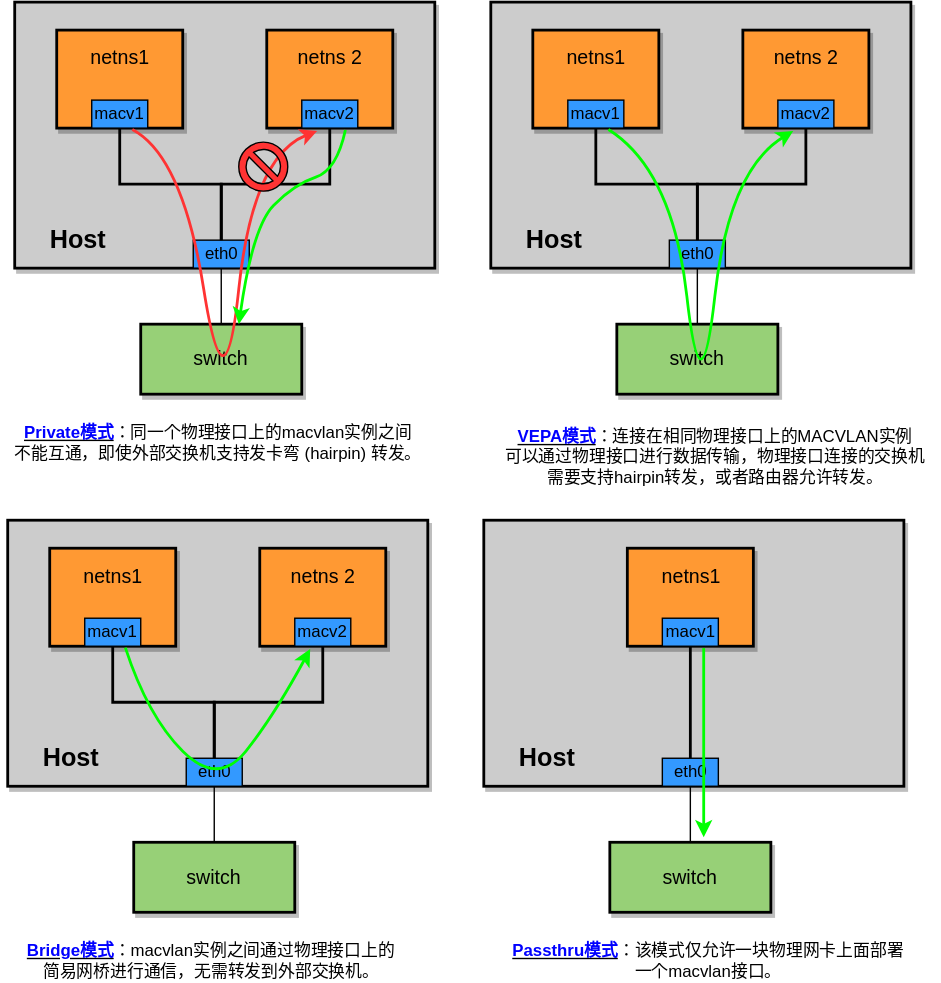
csulrong/csulrong.github.io keeps this draw.io diagram as assets/images/2020/macvlan-modes.svg. Above is the earlier version. Source tidied: cells renumbered, new cells last; positions are measured from the earlier drawing's top-left corner, leaving out a move shared by most shapes.
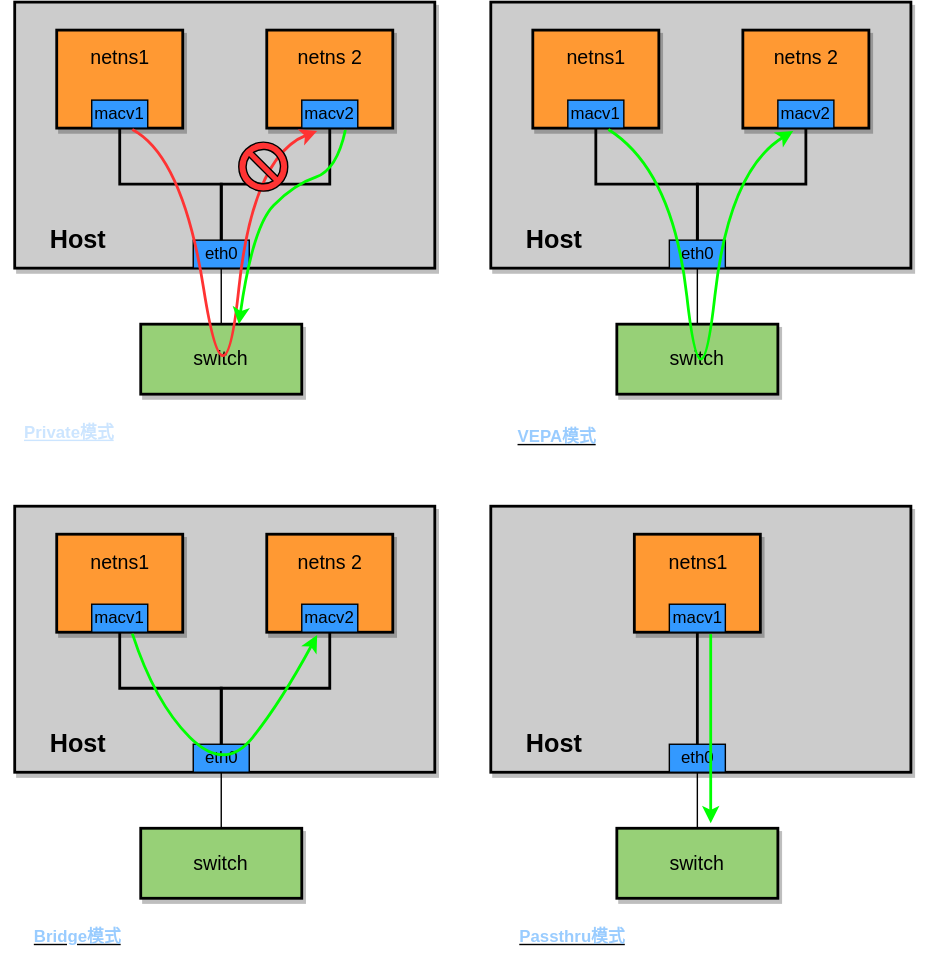
After the commit.

Diff of the diagram source:
```diff
@@ -53,7 +53,7 @@
     <mxCell id="16" style="verticalLabelPosition=bottom;verticalAlign=top;html=1;shape=mxgraph.basic.no_symbol;strokeColor=#000000;fillColor=#FF3333;" parent="1" vertex="1">
       <mxGeometry x="170" y="100" width="35" height="35" as="geometry" />
     </mxCell>
-    <mxCell id="17" value="&lt;u&gt;&lt;b&gt;&lt;font color=&quot;#0000ff&quot;&gt;Private模式&lt;/font&gt;&lt;/b&gt;&lt;/u&gt;：同一个物理接口上的macvlan实例之间&lt;br&gt;不能互通，即使外部交换机支持发卡弯 (hairpin) 转发。" style="text;html=1;align=center;verticalAlign=middle;" parent="1" vertex="1">
+    <mxCell id="17" value="&lt;u style=&quot;color: rgb(204 , 229 , 255)&quot;&gt;&lt;b&gt;Private模式&lt;/b&gt;&lt;/u&gt;&lt;font color=&quot;#ffffff&quot;&gt;：同一个物理接口上的macvlan实例之间&lt;/font&gt;&lt;br&gt;&lt;font color=&quot;#ffffff&quot;&gt;不能互通，即使外部交换机支持发卡弯 (hairpin) 转发。&lt;/font&gt;" style="text;html=1;align=center;verticalAlign=middle;" parent="1" vertex="1">
       <mxGeometry y="300" width="310" height="30" as="geometry" />
     </mxCell>
     <mxCell id="18" style="rounded=0;whiteSpace=wrap;html=1;fillColor=#CCCCCC;shadow=1;strokeWidth=2;" parent="1" vertex="1">
@@ -104,89 +104,89 @@
         </Array>
       </mxGeometry>
     </mxCell>
-    <mxCell id="32" value="&lt;u&gt;&lt;b&gt;&lt;font color=&quot;#0000ff&quot;&gt;VEPA模式&lt;/font&gt;&lt;/b&gt;&lt;/u&gt;：连接在相同物理接口上的MACVLAN实例&lt;br&gt;可以通过物理接口进行数据传输，物理接口连接的交换机&lt;br&gt;需要支持hairpin转发，或者路由器允许转发。" style="text;html=1;align=center;verticalAlign=middle;" parent="1" vertex="1">
+    <mxCell id="32" value="&lt;u&gt;&lt;b&gt;&lt;font color=&quot;#99ccff&quot;&gt;VEPA模式&lt;/font&gt;&lt;/b&gt;&lt;/u&gt;&lt;font color=&quot;#ffffff&quot;&gt;：连接在相同物理接口上的MACVLAN实例&lt;/font&gt;&lt;br&gt;&lt;font color=&quot;#ffffff&quot;&gt;可以通过物理接口进行数据传输，物理接口连接的交换机&lt;/font&gt;&lt;br&gt;&lt;font color=&quot;#ffffff&quot;&gt;需要支持hairpin转发，或者路由器允许转发。&lt;/font&gt;" style="text;html=1;align=center;verticalAlign=middle;" parent="1" vertex="1">
       <mxGeometry x="350" y="300" width="320" height="50" as="geometry" />
     </mxCell>
     <mxCell id="33" style="rounded=0;whiteSpace=wrap;html=1;fillColor=#CCCCCC;shadow=1;strokeWidth=2;" parent="1" vertex="1">
-      <mxGeometry x="5" y="370" width="300" height="190" as="geometry" />
+      <mxGeometry x="10" y="360" width="300" height="190" as="geometry" />
     </mxCell>
     <mxCell id="34" style="edgeStyle=orthogonalEdgeStyle;rounded=0;jettySize=auto;html=1;exitX=0.5;exitY=1;exitDx=0;exitDy=0;entryX=0.5;entryY=0;entryDx=0;entryDy=0;endArrow=none;endFill=0;strokeWidth=2;" parent="1" edge="1" source="35" target="38">
       <mxGeometry relative="1" as="geometry" />
     </mxCell>
     <mxCell id="35" style="rounded=0;whiteSpace=wrap;html=1;fillColor=#FF9933;shadow=1;strokeWidth=2;" parent="1" vertex="1">
-      <mxGeometry x="35" y="390" width="90" height="70" as="geometry" />
+      <mxGeometry x="40" y="380" width="90" height="70" as="geometry" />
     </mxCell>
     <mxCell id="36" value="&lt;font style=&quot;font-size: 14px&quot;&gt;switch&lt;/font&gt;" style="rounded=0;whiteSpace=wrap;html=1;fillColor=#97D077;shadow=1;strokeWidth=2;" parent="1" vertex="1">
-      <mxGeometry x="95" y="600" width="115" height="50" as="geometry" />
+      <mxGeometry x="100" y="590" width="115" height="50" as="geometry" />
     </mxCell>
     <mxCell id="37" style="endArrow=none;edgeStyle=orthogonalEdgeStyle;rounded=0;jettySize=auto;html=1;exitX=0.5;exitY=1;exitDx=0;exitDy=0;entryX=0.5;entryY=0;entryDx=0;entryDy=0;fillColor=none;" parent="1" edge="1" source="38" target="36">
       <mxGeometry relative="1" as="geometry" />
     </mxCell>
     <mxCell id="38" value="eth0" style="rounded=0;whiteSpace=wrap;html=1;fillColor=#3399FF;" parent="1" vertex="1">
-      <mxGeometry x="132.5" y="540" width="40" height="20" as="geometry" />
+      <mxGeometry x="137.5" y="530" width="40" height="20" as="geometry" />
     </mxCell>
     <mxCell id="39" value="macv1" style="rounded=0;whiteSpace=wrap;html=1;fillColor=#3399FF;" parent="1" vertex="1">
-      <mxGeometry x="60" y="440" width="40" height="20" as="geometry" />
+      <mxGeometry x="65" y="430" width="40" height="20" as="geometry" />
     </mxCell>
     <mxCell id="40" value="&lt;font style=&quot;font-size: 14px&quot;&gt;netns1&lt;/font&gt;" style="text;html=1;align=center;verticalAlign=middle;fillColor=none;" parent="1" vertex="1">
-      <mxGeometry x="50" y="400" width="60" height="20" as="geometry" />
+      <mxGeometry x="55" y="390" width="60" height="20" as="geometry" />
     </mxCell>
     <mxCell id="41" style="edgeStyle=orthogonalEdgeStyle;rounded=0;jettySize=auto;html=1;exitX=0.5;exitY=1;exitDx=0;exitDy=0;entryX=0.5;entryY=0;entryDx=0;entryDy=0;endArrow=none;endFill=0;strokeWidth=2;" parent="1" edge="1" source="42" target="38">
       <mxGeometry relative="1" as="geometry" />
     </mxCell>
     <mxCell id="42" style="rounded=0;whiteSpace=wrap;html=1;fillColor=#FF9933;shadow=1;strokeWidth=2;" parent="1" vertex="1">
-      <mxGeometry x="185" y="390" width="90" height="70" as="geometry" />
+      <mxGeometry x="190" y="380" width="90" height="70" as="geometry" />
     </mxCell>
     <mxCell id="43" value="macv2" style="rounded=0;whiteSpace=wrap;html=1;fillColor=#3399FF;" parent="1" vertex="1">
-      <mxGeometry x="210" y="440" width="40" height="20" as="geometry" />
+      <mxGeometry x="215" y="430" width="40" height="20" as="geometry" />
     </mxCell>
     <mxCell id="44" value="&lt;font style=&quot;font-size: 14px&quot;&gt;netns 2&lt;/font&gt;" style="text;html=1;align=center;verticalAlign=middle;fillColor=none;" parent="1" vertex="1">
-      <mxGeometry x="200" y="400" width="60" height="20" as="geometry" />
+      <mxGeometry x="205" y="390" width="60" height="20" as="geometry" />
     </mxCell>
     <mxCell id="45" value="&lt;font style=&quot;font-size: 18px&quot;&gt;&lt;b&gt;Host&lt;/b&gt;&lt;/font&gt;" style="text;html=1;align=center;verticalAlign=middle;fillColor=none;" parent="1" vertex="1">
-      <mxGeometry x="20" y="530" width="60" height="20" as="geometry" />
+      <mxGeometry x="25" y="520" width="60" height="20" as="geometry" />
     </mxCell>
     <mxCell id="46" style="curved=1;endArrow=classic;html=1;exitX=0.6;exitY=1.014;exitDx=0;exitDy=0;exitPerimeter=0;entryX=0.4;entryY=1.029;entryDx=0;entryDy=0;entryPerimeter=0;strokeWidth=2;strokeColor=#00FF00;" parent="1" edge="1" source="35" target="42">
       <mxGeometry relative="1" as="geometry">
         <Array as="points">
-          <mxPoint x="105" y="510" />
-          <mxPoint x="155" y="560" />
-          <mxPoint x="195" y="510" />
+          <mxPoint x="110" y="500" />
+          <mxPoint x="160" y="550" />
+          <mxPoint x="200" y="500" />
         </Array>
       </mxGeometry>
     </mxCell>
-    <mxCell id="47" value="&lt;u&gt;&lt;b&gt;&lt;font color=&quot;#0000ff&quot;&gt;Bridge模式&lt;/font&gt;&lt;/b&gt;&lt;/u&gt;：macvlan实例之间通过物理接口上的&lt;br&gt;简易网桥进行通信，无需转发到外部交换机。" style="text;html=1;align=center;verticalAlign=middle;" parent="1" vertex="1">
-      <mxGeometry x="10" y="670" width="280" height="30" as="geometry" />
+    <mxCell id="47" value="&lt;u&gt;&lt;b&gt;&lt;font color=&quot;#99ccff&quot;&gt;Bridge模式&lt;/font&gt;&lt;/b&gt;&lt;/u&gt;&lt;font color=&quot;#ffffff&quot;&gt;：macvlan实例之间通过物理接口上的&lt;/font&gt;&lt;br&gt;&lt;font color=&quot;#ffffff&quot;&gt;简易网桥进行通信，无需转发到外部交换机。&lt;/font&gt;" style="text;html=1;align=center;verticalAlign=middle;" parent="1" vertex="1">
+      <mxGeometry x="15" y="660" width="280" height="30" as="geometry" />
     </mxCell>
     <mxCell id="48" style="rounded=0;whiteSpace=wrap;html=1;fillColor=#CCCCCC;shadow=1;strokeWidth=2;" parent="1" vertex="1">
-      <mxGeometry x="345" y="370" width="300" height="190" as="geometry" />
+      <mxGeometry x="350" y="360" width="300" height="190" as="geometry" />
     </mxCell>
     <mxCell id="49" style="edgeStyle=orthogonalEdgeStyle;rounded=0;jettySize=auto;html=1;exitX=0.5;exitY=1;exitDx=0;exitDy=0;entryX=0.5;entryY=0;entryDx=0;entryDy=0;endArrow=none;endFill=0;strokeWidth=2;" parent="1" edge="1" source="50" target="53">
       <mxGeometry relative="1" as="geometry" />
     </mxCell>
     <mxCell id="50" style="rounded=0;whiteSpace=wrap;html=1;fillColor=#FF9933;shadow=1;strokeWidth=2;" parent="1" vertex="1">
-      <mxGeometry x="447.5" y="390" width="90" height="70" as="geometry" />
+      <mxGeometry x="452.5" y="380" width="90" height="70" as="geometry" />
     </mxCell>
     <mxCell id="51" value="&lt;font style=&quot;font-size: 14px&quot;&gt;switch&lt;/font&gt;" style="rounded=0;whiteSpace=wrap;html=1;fillColor=#97D077;shadow=1;strokeWidth=2;" parent="1" vertex="1">
-      <mxGeometry x="435" y="600" width="115" height="50" as="geometry" />
+      <mxGeometry x="440" y="590" width="115" height="50" as="geometry" />
     </mxCell>
     <mxCell id="52" style="endArrow=none;edgeStyle=orthogonalEdgeStyle;rounded=0;jettySize=auto;html=1;exitX=0.5;exitY=1;exitDx=0;exitDy=0;entryX=0.5;entryY=0;entryDx=0;entryDy=0;fillColor=none;" parent="1" edge="1" source="53" target="51">
       <mxGeometry relative="1" as="geometry" />
     </mxCell>
     <mxCell id="53" value="eth0" style="rounded=0;whiteSpace=wrap;html=1;fillColor=#3399FF;" parent="1" vertex="1">
-      <mxGeometry x="472.5" y="540" width="40" height="20" as="geometry" />
+      <mxGeometry x="477.5" y="530" width="40" height="20" as="geometry" />
     </mxCell>
     <mxCell id="54" value="macv1" style="rounded=0;whiteSpace=wrap;html=1;fillColor=#3399FF;" parent="1" vertex="1">
-      <mxGeometry x="472.5" y="440" width="40" height="20" as="geometry" />
+      <mxGeometry x="477.5" y="430" width="40" height="20" as="geometry" />
     </mxCell>
     <mxCell id="55" value="&lt;font style=&quot;font-size: 14px&quot;&gt;netns1&lt;/font&gt;" style="text;html=1;align=center;verticalAlign=middle;fillColor=none;" parent="1" vertex="1">
-      <mxGeometry x="462.5" y="400" width="60" height="20" as="geometry" />
+      <mxGeometry x="467.5" y="390" width="60" height="20" as="geometry" />
     </mxCell>
     <mxCell id="56" value="&lt;font style=&quot;font-size: 18px&quot;&gt;&lt;b&gt;Host&lt;/b&gt;&lt;/font&gt;" style="text;html=1;align=center;verticalAlign=middle;fillColor=none;" parent="1" vertex="1">
-      <mxGeometry x="360" y="530" width="60" height="20" as="geometry" />
+      <mxGeometry x="365" y="520" width="60" height="20" as="geometry" />
     </mxCell>
-    <mxCell id="57" value="&lt;u&gt;&lt;b&gt;&lt;font color=&quot;#0000ff&quot;&gt;Passthru模式&lt;/font&gt;&lt;/b&gt;&lt;/u&gt;：&lt;strong&gt;&lt;/strong&gt;该模式仅允许一块物理网卡上面部署&lt;br&gt;一个macvlan接口。" style="text;html=1;align=center;verticalAlign=middle;" parent="1" vertex="1">
-      <mxGeometry x="360" y="670" width="290" height="30" as="geometry" />
+    <mxCell id="57" value="&lt;u&gt;&lt;b&gt;&lt;font color=&quot;#99ccff&quot;&gt;Passthru模式&lt;/font&gt;&lt;/b&gt;&lt;/u&gt;&lt;font color=&quot;#ffffff&quot;&gt;：&lt;strong&gt;&lt;/strong&gt;该模式仅允许一块物理网卡上面部署&lt;/font&gt;&lt;br&gt;&lt;font color=&quot;#ffffff&quot;&gt;一个macvlan接口。&lt;/font&gt;" style="text;html=1;align=center;verticalAlign=middle;" parent="1" vertex="1">
+      <mxGeometry x="365" y="660" width="290" height="30" as="geometry" />
     </mxCell>
     <mxCell id="58" style="endArrow=classic;html=1;strokeColor=#00FF00;strokeWidth=2;fontColor=#0000FF;exitX=0.606;exitY=1.019;exitDx=0;exitDy=0;exitPerimeter=0;entryX=0.583;entryY=-0.073;entryDx=0;entryDy=0;entryPerimeter=0;" parent="1" edge="1" source="50" target="51">
       <mxGeometry relative="1" as="geometry" />
```
